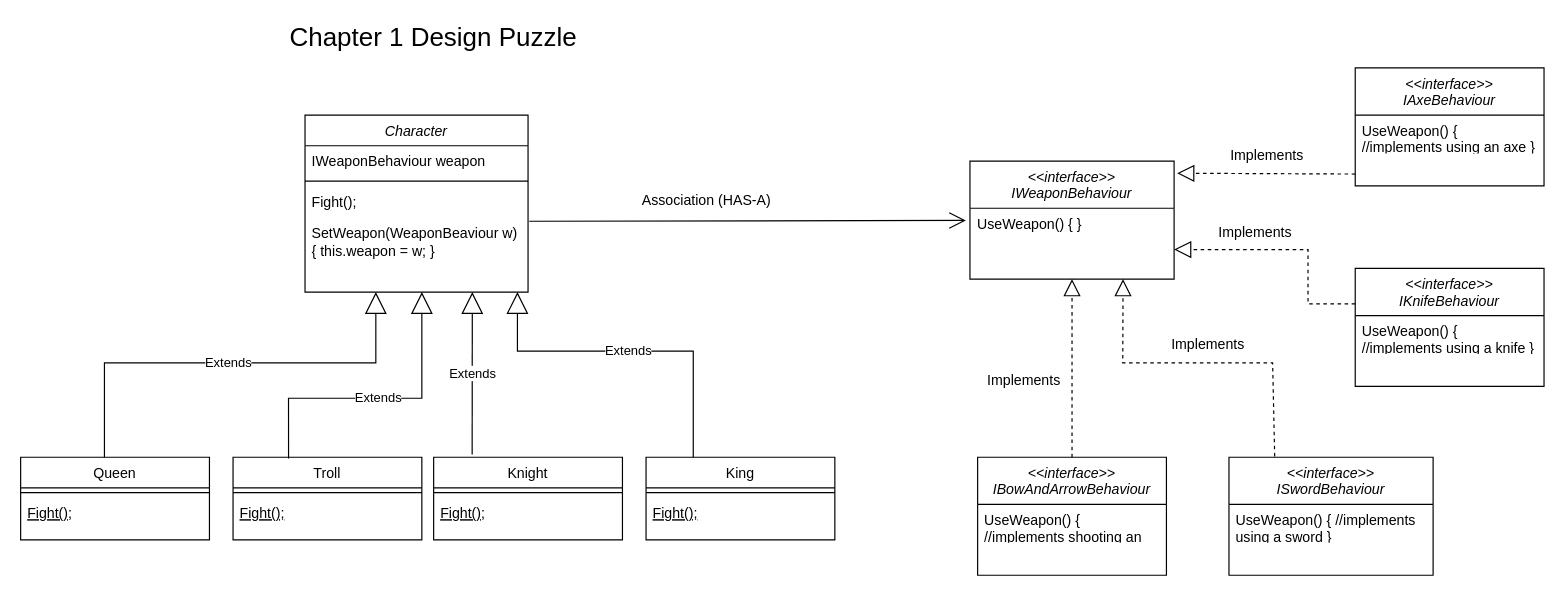
bmartin494/head-first-design-pattern-textbook keeps this draw.io diagram as Chapter 1/Chapter1_design_puzzle.drawio. Above is the earlier version. Source tidied: cells renumbered, new cells numbered last; positions are measured from the earlier drawing's top-left corner, leaving out a move shared by most shapes. Both pictures are drawn from the tidied source at 118%, with x=0, y=0 at pixel (20, 20).
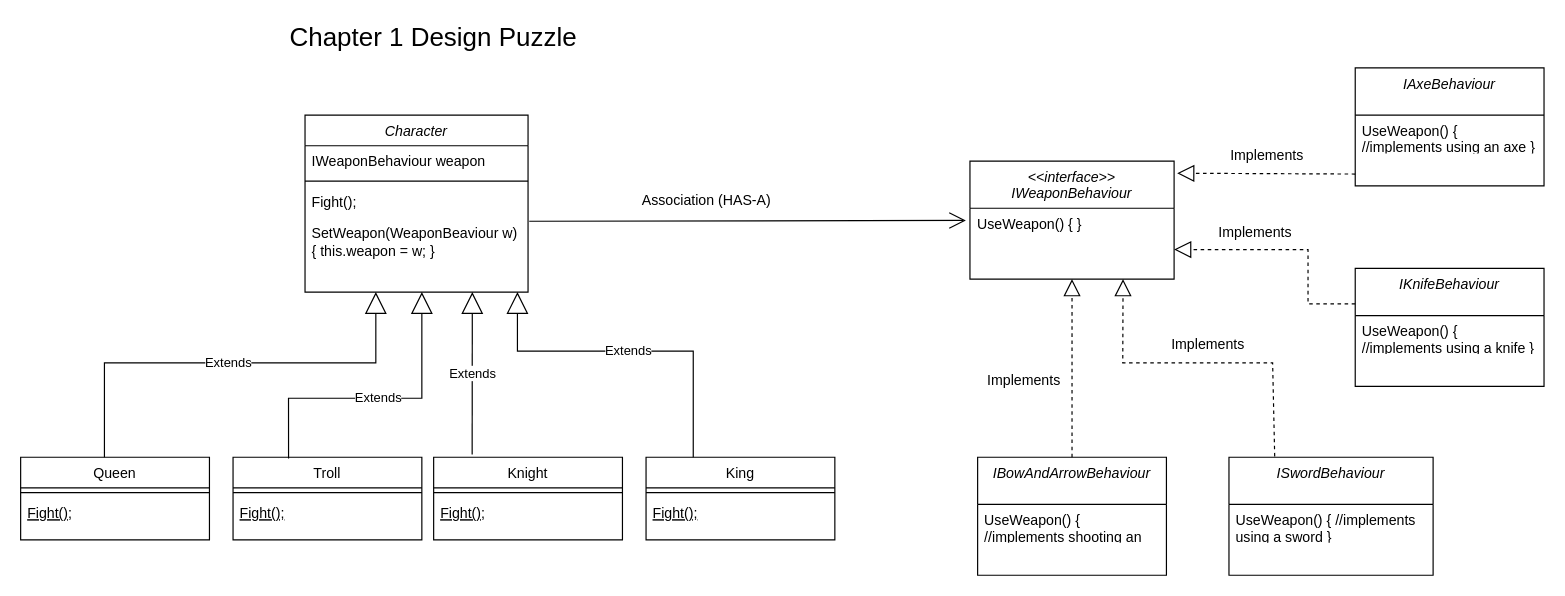
After the change.

The edit, as a diff of the source:
```diff
@@
-    <mxCell id="24" value="&lt;&lt;interface&gt;&gt;&#10;IKnifeBehaviour" style="swimlane;fontStyle=2;align=center;verticalAlign=top;horizontal=1;startSize=40;rounded=0;shadow=0;strokeWidth=1;" parent="1" vertex="1">
+    <mxCell id="24" value="IKnifeBehaviour" style="swimlane;fontStyle=2;align=center;verticalAlign=top;horizontal=1;startSize=40;rounded=0;shadow=0;strokeWidth=1;" parent="1" vertex="1">
       <mxGeometry x="1131" y="210" width="160" height="100" as="geometry" />
     </mxCell>
@@
-    <mxCell id="27" value="&lt;&lt;interface&gt;&gt;&#10;IBowAndArrowBehaviour" style="swimlane;fontStyle=2;align=center;verticalAlign=top;horizontal=1;startSize=40;rounded=0;shadow=0;strokeWidth=1;" parent="1" vertex="1">
+    <mxCell id="27" value="IBowAndArrowBehaviour" style="swimlane;fontStyle=2;align=center;verticalAlign=top;horizontal=1;startSize=40;rounded=0;shadow=0;strokeWidth=1;" parent="1" vertex="1">
       <mxGeometry x="811" y="370" width="160" height="100" as="geometry" />
     </mxCell>
@@
-    <mxCell id="29" value="&lt;&lt;interface&gt;&gt;&#10;IAxeBehaviour" style="swimlane;fontStyle=2;align=center;verticalAlign=top;horizontal=1;startSize=40;rounded=0;shadow=0;strokeWidth=1;" parent="1" vertex="1">
+    <mxCell id="29" value="IAxeBehaviour" style="swimlane;fontStyle=2;align=center;verticalAlign=top;horizontal=1;startSize=40;rounded=0;shadow=0;strokeWidth=1;" parent="1" vertex="1">
       <mxGeometry x="1131" y="40" width="160" height="100" as="geometry" />
     </mxCell>
@@
-    <mxCell id="31" value="&lt;&lt;interface&gt;&gt;&#10;ISwordBehaviour" style="swimlane;fontStyle=2;align=center;verticalAlign=top;horizontal=1;startSize=40;rounded=0;shadow=0;strokeWidth=1;" parent="1" vertex="1">
+    <mxCell id="31" value="ISwordBehaviour" style="swimlane;fontStyle=2;align=center;verticalAlign=top;horizontal=1;startSize=40;rounded=0;shadow=0;strokeWidth=1;" parent="1" vertex="1">
       <mxGeometry x="1024" y="370" width="173" height="100" as="geometry" />
     </mxCell>
```
